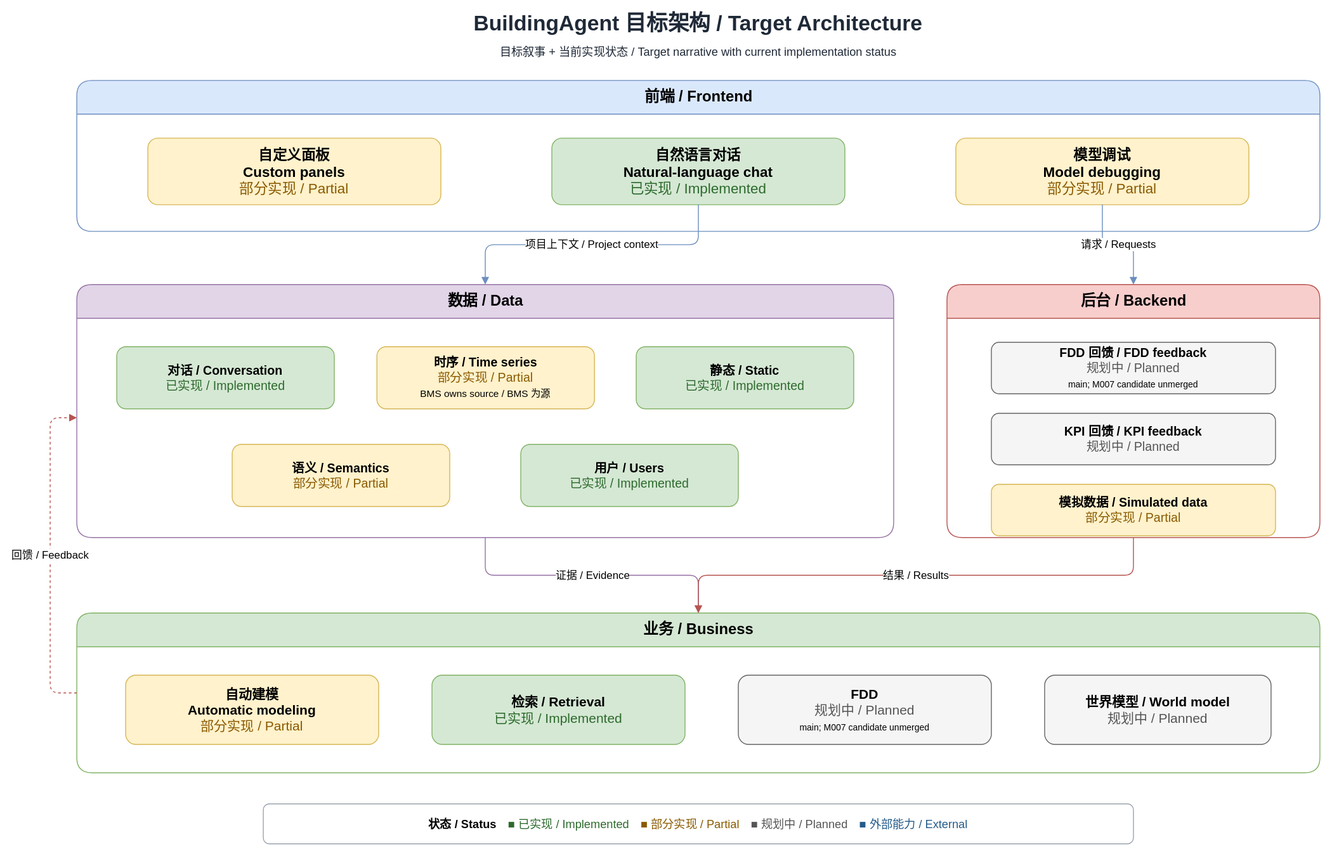
Before: docs/assets/diagrams/target-architecture.drawio.svg, a diagram exported from draw.io (LiMingchen159/BuildingAgent). Source tidied: cells renumbered, new cells last; positions are measured from the earlier drawing's top-left corner, leaving out a move shared by most shapes.
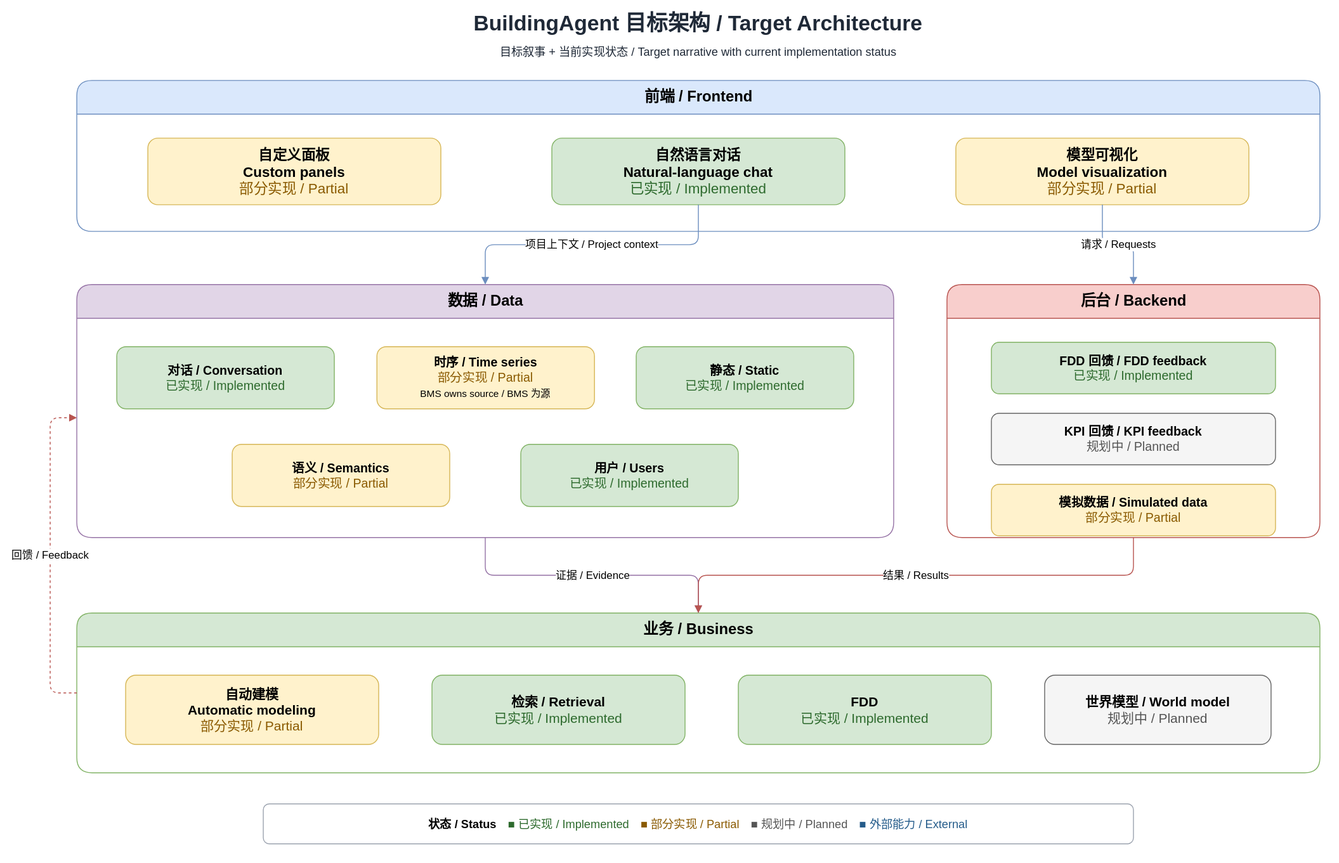
The same file after the commit.

Commit message:
docs(architecture): update target architecture labels

Change to the diagram source:
```diff
@@ -14,7 +14,7 @@
     <mxCell id="5" value="&lt;b&gt;自然语言对话&lt;br&gt;Natural-language chat&lt;/b&gt;&lt;br&gt;&lt;font color=&quot;#2d6a2d&quot;&gt;已实现 / Implemented&lt;/font&gt;" style="rounded=1;whiteSpace=wrap;html=1;fillColor=#d5e8d4;strokeColor=#82b366;fontSize=16;" parent="1" vertex="1">
       <mxGeometry x="565" y="145" width="330" height="75" as="geometry" />
     </mxCell>
-    <mxCell id="6" value="&lt;b&gt;模型调试&lt;br&gt;Model debugging&lt;/b&gt;&lt;br&gt;&lt;font color=&quot;#8a5a00&quot;&gt;部分实现 / Partial&lt;/font&gt;" style="rounded=1;whiteSpace=wrap;html=1;fillColor=#fff2cc;strokeColor=#d6b656;fontSize=16;" parent="1" vertex="1">
+    <mxCell id="6" value="&lt;b&gt;模型可视化&lt;br&gt;Model visualization&lt;/b&gt;&lt;br&gt;&lt;font color=&quot;#8a5a00&quot;&gt;部分实现 / Partial&lt;/font&gt;" style="rounded=1;whiteSpace=wrap;html=1;fillColor=#fff2cc;strokeColor=#d6b656;fontSize=16;" parent="1" vertex="1">
       <mxGeometry x="1020" y="145" width="330" height="75" as="geometry" />
     </mxCell>
     <mxCell id="7" value="&lt;b&gt;数据 / Data&lt;/b&gt;" style="swimlane;html=1;rounded=1;startSize=38;horizontal=1;fillColor=#e1d5e7;strokeColor=#9673a6;fontSize=17;fontStyle=1;" parent="1" vertex="1">
@@ -38,7 +38,7 @@
     <mxCell id="13" value="&lt;b&gt;后台 / Backend&lt;/b&gt;" style="swimlane;html=1;rounded=1;startSize=38;horizontal=1;fillColor=#f8cecc;strokeColor=#b85450;fontSize=17;fontStyle=1;" parent="1" vertex="1">
       <mxGeometry x="1010" y="310" width="420" height="285" as="geometry" />
     </mxCell>
-    <mxCell id="14" value="&lt;b&gt;FDD 回馈 / FDD feedback&lt;/b&gt;&lt;br&gt;&lt;font color=&quot;#555555&quot;&gt;规划中 / Planned&lt;/font&gt;&lt;br&gt;&lt;font style=&quot;font-size:10px&quot;&gt;main; M007 candidate unmerged&lt;/font&gt;" style="rounded=1;whiteSpace=wrap;html=1;fillColor=#f5f5f5;strokeColor=#666666;fontSize=14;" parent="1" vertex="1">
+    <mxCell id="14" value="&lt;b&gt;FDD 回馈 / FDD feedback&lt;/b&gt;&lt;br&gt;&lt;font color=&quot;#2d6a2d&quot;&gt;已实现 / Implemented&lt;/font&gt;" style="rounded=1;whiteSpace=wrap;html=1;fillColor=#d5e8d4;strokeColor=#82b366;fontSize=14;" parent="1" vertex="1">
       <mxGeometry x="1060" y="375" width="320" height="58" as="geometry" />
     </mxCell>
     <mxCell id="15" value="&lt;b&gt;KPI 回馈 / KPI feedback&lt;/b&gt;&lt;br&gt;&lt;font color=&quot;#555555&quot;&gt;规划中 / Planned&lt;/font&gt;" style="rounded=1;whiteSpace=wrap;html=1;fillColor=#f5f5f5;strokeColor=#666666;fontSize=14;" parent="1" vertex="1">
@@ -56,7 +56,7 @@
     <mxCell id="19" value="&lt;b&gt;检索 / Retrieval&lt;/b&gt;&lt;br&gt;&lt;font color=&quot;#2d6a2d&quot;&gt;已实现 / Implemented&lt;/font&gt;" style="rounded=1;whiteSpace=wrap;html=1;fillColor=#d5e8d4;strokeColor=#82b366;fontSize=15;" parent="1" vertex="1">
       <mxGeometry x="430" y="750" width="285" height="78" as="geometry" />
     </mxCell>
-    <mxCell id="20" value="&lt;b&gt;FDD&lt;/b&gt;&lt;br&gt;&lt;font color=&quot;#555555&quot;&gt;规划中 / Planned&lt;/font&gt;&lt;br&gt;&lt;font style=&quot;font-size:10px&quot;&gt;main; M007 candidate unmerged&lt;/font&gt;" style="rounded=1;whiteSpace=wrap;html=1;fillColor=#f5f5f5;strokeColor=#666666;fontSize=15;" parent="1" vertex="1">
+    <mxCell id="20" value="&lt;b&gt;FDD&lt;/b&gt;&lt;br&gt;&lt;font color=&quot;#2d6a2d&quot;&gt;已实现 / Implemented&lt;/font&gt;" style="rounded=1;whiteSpace=wrap;html=1;fillColor=#d5e8d4;strokeColor=#82b366;fontSize=15;" parent="1" vertex="1">
       <mxGeometry x="775" y="750" width="285" height="78" as="geometry" />
     </mxCell>
     <mxCell id="21" value="&lt;b&gt;世界模型 / World model&lt;/b&gt;&lt;br&gt;&lt;font color=&quot;#555555&quot;&gt;规划中 / Planned&lt;/font&gt;" style="rounded=1;whiteSpace=wrap;html=1;fillColor=#f5f5f5;strokeColor=#666666;fontSize=15;" parent="1" vertex="1">
```
